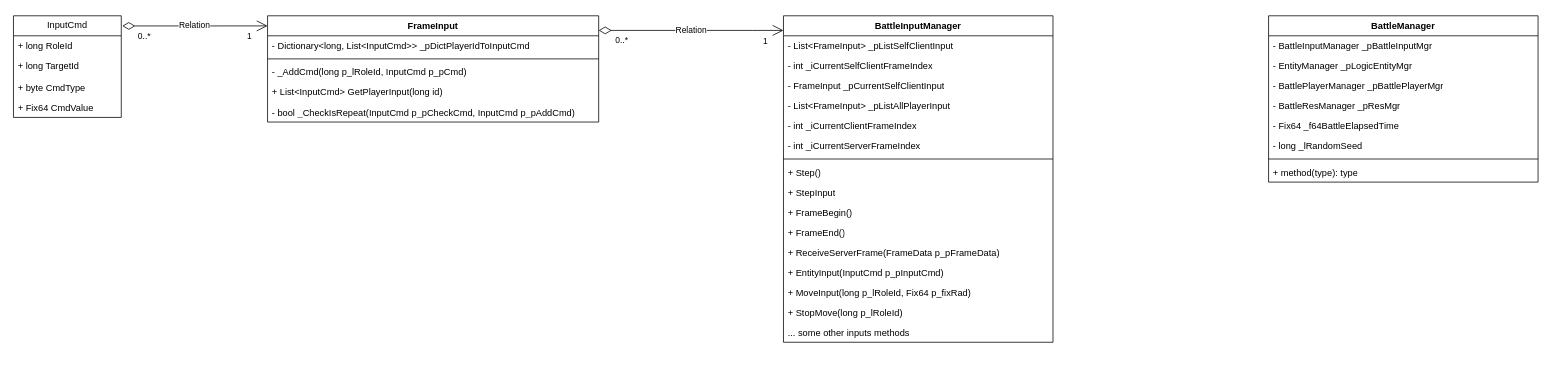
Before: Unity/战斗/战斗.drawio in RookieGordon/Learning-Notes, a draw.io diagram. Source tidied: cells renumbered, new cells numbered last; positions are measured from the earlier drawing's top-left corner, leaving out a move shared by most shapes. Both pictures are drawn from the tidied source at 77%, with x=0, y=0 at pixel (13, 15).
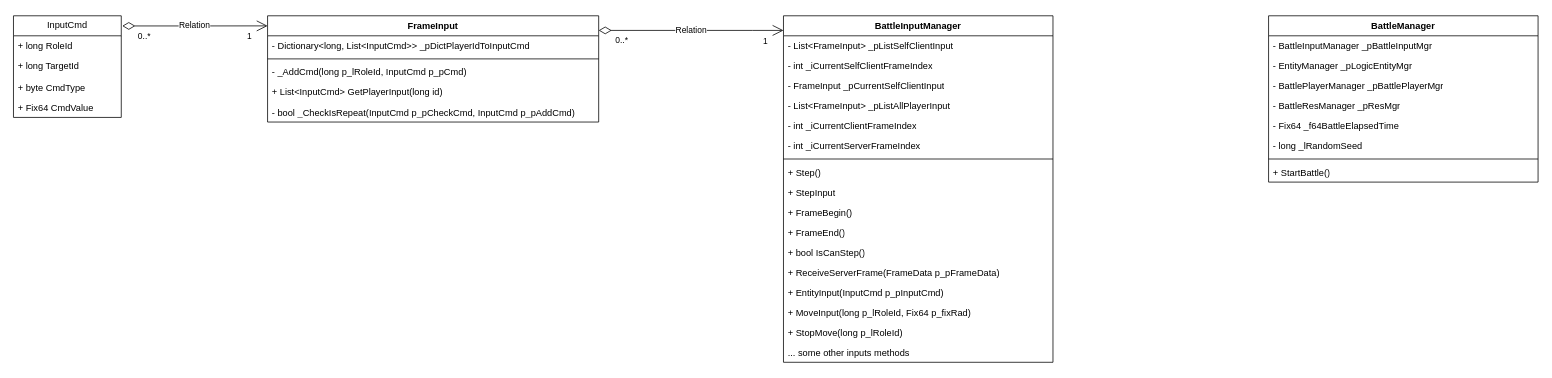
The same diagram, later.

Commit message (it also covers changes not shown here):
vault backup: 2024-08-14 13:34:29

Unchanged cells that the change refers to:
```xml
<mxCell id="36" value="BattleManager" style="swimlane;fontStyle=1;align=center;verticalAlign=top;horizontal=1;startSize=26;whiteSpace=wrap;html=1;" parent="1" vertex="1">
  <mxGeometry x="1630" width="350" height="216" as="geometry" />
</mxCell>
```

What changed in the source:
```diff
@@
     <mxCell id="16" value="BattleInputManager" style="swimlane;fontStyle=1;align=center;verticalAlign=top;horizontal=1;startSize=26;whiteSpace=wrap;html=1;" parent="1" vertex="1">
-      <mxGeometry x="1000" width="350" height="424" as="geometry" />
+      <mxGeometry x="1000" width="350" height="450" as="geometry" />
     </mxCell>
@@
+    <mxCell id="45" value="+ bool IsCanStep()" style="text;strokeColor=none;fillColor=none;align=left;verticalAlign=top;spacingLeft=4;spacingRight=4;overflow=hidden;whiteSpace=wrap;html=1;" parent="16" vertex="1">
+      <mxGeometry y="294" width="350" height="26" as="geometry" />
+    </mxCell>
     <mxCell id="28" value="+&amp;nbsp;ReceiveServerFrame(FrameData p_pFrameData)" style="text;strokeColor=none;fillColor=none;align=left;verticalAlign=top;spacingLeft=4;spacingRight=4;overflow=hidden;whiteSpace=wrap;html=1;" parent="16" vertex="1">
-      <mxGeometry y="294" width="350" height="26" as="geometry" />
+      <mxGeometry y="320" width="350" height="26" as="geometry" />
     </mxCell>
     <mxCell id="29" value="+&amp;nbsp;EntityInput(InputCmd p_pInputCmd)" style="text;strokeColor=none;fillColor=none;align=left;verticalAlign=top;spacingLeft=4;spacingRight=4;overflow=hidden;whiteSpace=wrap;html=1;" parent="16" vertex="1">
-      <mxGeometry y="320" width="350" height="26" as="geometry" />
+      <mxGeometry y="346" width="350" height="26" as="geometry" />
     </mxCell>
     <mxCell id="30" value="+&amp;nbsp;MoveInput(long p_lRoleId, Fix64 p_fixRad)" style="text;strokeColor=none;fillColor=none;align=left;verticalAlign=top;spacingLeft=4;spacingRight=4;overflow=hidden;whiteSpace=wrap;html=1;" parent="16" vertex="1">
-      <mxGeometry y="346" width="350" height="26" as="geometry" />
+      <mxGeometry y="372" width="350" height="26" as="geometry" />
     </mxCell>
     <mxCell id="31" value="+&amp;nbsp;StopMove(long p_lRoleId)" style="text;strokeColor=none;fillColor=none;align=left;verticalAlign=top;spacingLeft=4;spacingRight=4;overflow=hidden;whiteSpace=wrap;html=1;" parent="16" vertex="1">
-      <mxGeometry y="372" width="350" height="26" as="geometry" />
+      <mxGeometry y="398" width="350" height="26" as="geometry" />
     </mxCell>
     <mxCell id="32" value="... some&amp;nbsp;other inputs&amp;nbsp;methods" style="text;strokeColor=none;fillColor=none;align=left;verticalAlign=top;spacingLeft=4;spacingRight=4;overflow=hidden;whiteSpace=wrap;html=1;" parent="16" vertex="1">
-      <mxGeometry y="398" width="350" height="26" as="geometry" />
+      <mxGeometry y="424" width="350" height="26" as="geometry" />
     </mxCell>
@@
-    <mxCell id="44" value="+ method(type): type" style="text;strokeColor=none;fillColor=none;align=left;verticalAlign=top;spacingLeft=4;spacingRight=4;overflow=hidden;whiteSpace=wrap;html=1;" parent="36" vertex="1">
+    <mxCell id="44" value="+&amp;nbsp;StartBattle()" style="text;strokeColor=none;fillColor=none;align=left;verticalAlign=top;spacingLeft=4;spacingRight=4;overflow=hidden;whiteSpace=wrap;html=1;" parent="36" vertex="1">
       <mxGeometry y="190" width="350" height="26" as="geometry" />
     </mxCell>
```
